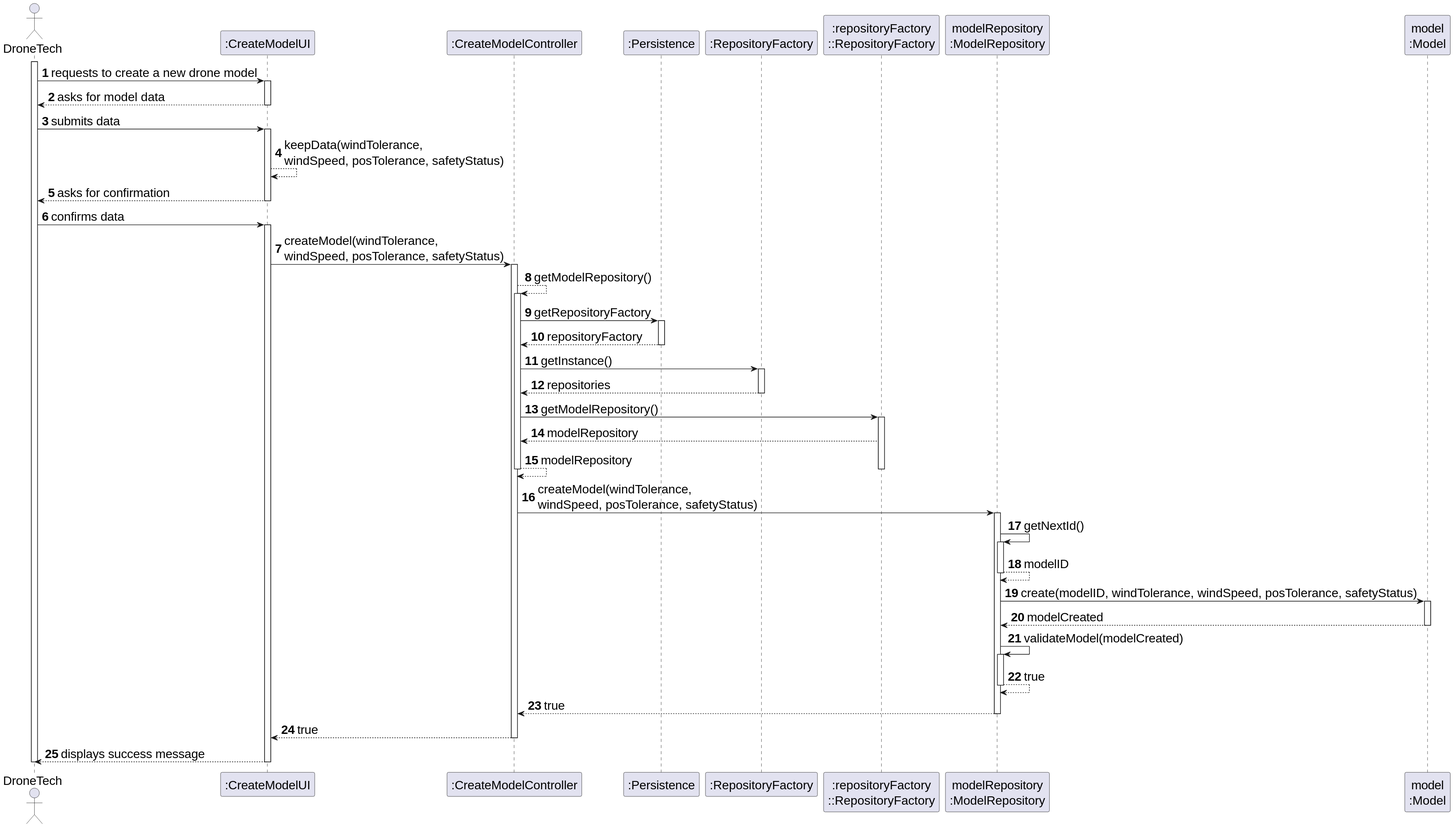
Before: docs/SPRINT_2/US240/images/sequence_diagram_us240.svg, a diagram exported from PlantUML (diogoveirospro/sem4pi-2024-2025-sem4pi_2024_2025_g44).
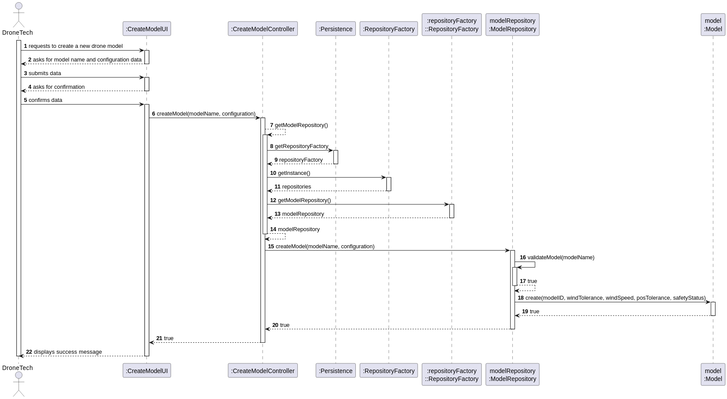
After the change.

The edit, as a diff of the source:
```diff
@@ -1,5 +1,4 @@
 @startuml
-skinparamlocked defaultFontSize 20
 
 skinparam packageStyle rectangle
 skinparam shadowing false
@@ -19,16 +18,15 @@
 
 DT -> UI : requests to create a new drone model
 activate UI
-    UI --> DT : asks for model data
+    UI --> DT : asks for model name and configuration data
     deactivate UI
     DT -> UI : submits data
     activate UI
-    UI --> UI : keepData(windTolerance, \nwindSpeed, posTolerance, safetyStatus)
     UI --> DT : asks for confirmation
     deactivate UI
     DT -> UI : confirms data
     activate UI
-    UI -> CTRL : createModel(windTolerance, \nwindSpeed, posTolerance, safetyStatus)
+    UI -> CTRL : createModel(modelName, configuration)
     activate CTRL
         CTRL --> CTRL :getModelRepository()
         activate CTRL
@@ -44,26 +42,22 @@
         CTRL -> REPOS_SINGLETON : getModelRepository()
         activate REPOS_SINGLETON
             REPOS_SINGLETON --> CTRL : modelRepository
+            deactivate REPOS_SINGLETON
         CTRL -->CTRL : modelRepository
-        deactivate REPOS_SINGLETON
+
         deactivate CTRL
-            CTRL -> MOD_REPO : createModel(windTolerance, \nwindSpeed, posTolerance, safetyStatus)
+            CTRL -> MOD_REPO : createModel(modelName, configuration)
 
             activate MOD_REPO
-        MOD_REPO -> MOD_REPO : getNextId()
-        activate MOD_REPO
-        MOD_REPO --> MOD_REPO : modelID
-        deactivate MOD_REPO
 
-        MOD_REPO -> MODEL : create(modelID, windTolerance, windSpeed, posTolerance, safetyStatus)
-        activate MODEL
-        MODEL -->MOD_REPO : modelCreated
-        deactivate MODEL
-                    MOD_REPO -> MOD_REPO: validateModel(modelCreated)
+                          MOD_REPO -> MOD_REPO: validateModel(modelName)
                     activate MOD_REPO
                         MOD_REPO --> MOD_REPO : true
                     deactivate MOD_REPO
-
+        MOD_REPO -> MODEL : create(modelID, windTolerance, windSpeed, posTolerance, safetyStatus)
+        activate MODEL
+        MODEL--> MOD_REPO : true
+        deactivate MODEL
                     MOD_REPO --> CTRL : true
 
         deactivate MOD_REPO
```
